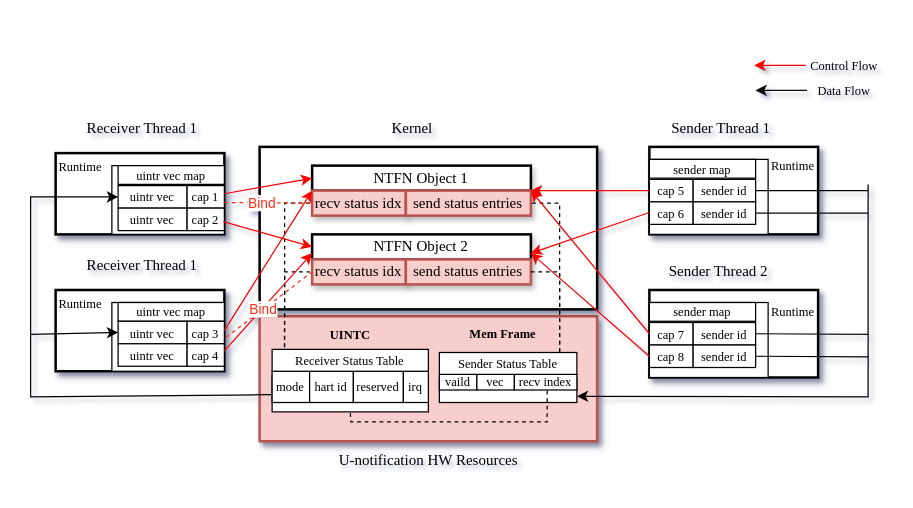
The draw.io diagram images/uintr_for_ntfn.drawio in oscourse-tsinghua/openingreport-ldhai2023, before the edit. Source tidied: cells renumbered, new cells numbered last; positions are measured from the earlier drawing's top-left corner, leaving out a move shared by most shapes. Both pictures are drawn from the tidied source at 125%, with x=0, y=0 at pixel (30, 46).
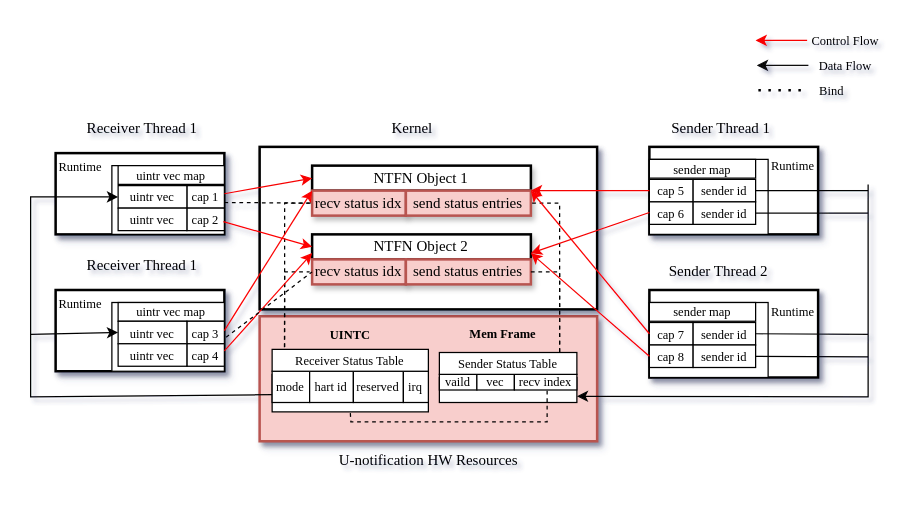
After the change.

Unchanged cells that the change refers to:
```xml
<mxCell id="5" value="&lt;font face=&quot;Times New Roman&quot;&gt;recv status idx&lt;/font&gt;" style="rounded=0;whiteSpace=wrap;html=1;strokeWidth=2;shadow=1;fillColor=#f8cecc;strokeColor=#b85450;" parent="1" vertex="1">
  <mxGeometry x="225.2" y="115" width="75" height="20" as="geometry" />
</mxCell>
<mxCell id="8" value="&lt;font face=&quot;Times New Roman&quot;&gt;recv status idx&lt;/font&gt;" style="rounded=0;whiteSpace=wrap;html=1;strokeWidth=2;shadow=1;fillColor=#f8cecc;strokeColor=#b85450;" parent="1" vertex="1">
  <mxGeometry x="225.2" y="170" width="75" height="20" as="geometry" />
</mxCell>
<mxCell id="35" value="&lt;font style=&quot;font-size: 10px;&quot; face=&quot;Times New Roman&quot;&gt;cap 1&lt;/font&gt;" style="rounded=0;whiteSpace=wrap;html=1;" parent="1" vertex="1">
  <mxGeometry x="125" y="111" width="30" height="18" as="geometry" />
</mxCell>
<mxCell id="46" style="rounded=0;whiteSpace=wrap;html=1;strokeWidth=2;shadow=1;" parent="1" vertex="1">
  <mxGeometry x="20" y="194.5" width="135" height="65" as="geometry" />
</mxCell>
```

What changed in the source:
```diff
@@
-    <mxCell id="77" style="endArrow=none;dashed=1;html=1;rounded=0;exitX=1;exitY=0.75;exitDx=0;exitDy=0;strokeColor=#FF2C14;entryX=0;entryY=0.5;entryDx=0;entryDy=0;" parent="1" edge="1" source="35" target="5">
+    <mxCell id="77" style="endArrow=none;dashed=1;html=1;rounded=0;exitX=1;exitY=0.75;exitDx=0;exitDy=0;strokeColor=#000000;entryX=0;entryY=0.5;entryDx=0;entryDy=0;" parent="1" edge="1" source="35" target="5">
       <mxGeometry relative="1" as="geometry" />
     </mxCell>
-    <mxCell id="78" value="&lt;font color=&quot;#ff2c14&quot;&gt;Bind&lt;/font&gt;" style="edgeLabel;html=1;align=center;verticalAlign=middle;" parent="77" vertex="1">
-      <mxGeometry x="-0.15" relative="1" as="geometry" />
-    </mxCell>
-    <mxCell id="79" style="endArrow=none;dashed=1;html=1;rounded=0;exitX=1.01;exitY=0.583;exitDx=0;exitDy=0;strokeColor=#FF2C14;entryX=0;entryY=0.5;entryDx=0;entryDy=0;exitPerimeter=0;" parent="1" edge="1" source="46" target="8">
+    <mxCell id="79" style="endArrow=none;dashed=1;html=1;rounded=0;exitX=1.01;exitY=0.583;exitDx=0;exitDy=0;strokeColor=light-dark(#000000, #ff7d68);entryX=0;entryY=0.5;entryDx=0;entryDy=0;exitPerimeter=0;" parent="1" edge="1" source="46" target="8">
       <mxGeometry relative="1" as="geometry" />
     </mxCell>
-    <mxCell id="80" value="&lt;font color=&quot;#ff2c14&quot;&gt;Bind&lt;/font&gt;" style="edgeLabel;html=1;align=center;verticalAlign=middle;" parent="79" vertex="1">
-      <mxGeometry x="-0.15" relative="1" as="geometry" />
-    </mxCell>
     <mxCell id="81" style="endArrow=classic;html=1;rounded=0;strokeColor=#f90101;" parent="1" edge="1">
       <mxGeometry relative="1" as="geometry">
-        <mxPoint x="620.1" y="14.8" as="sourcePoint" />
-        <mxPoint x="578.9" y="14.8" as="targetPoint" />
+        <mxPoint x="621.2" y="-5.2" as="sourcePoint" />
+        <mxPoint x="580" y="-5.2" as="targetPoint" />
       </mxGeometry>
     </mxCell>
     <mxCell id="82" style="endArrow=classic;html=1;rounded=0;strokeColor=#080808;" parent="1" edge="1">
       <mxGeometry relative="1" as="geometry">
-        <mxPoint x="621.1" y="34.8" as="sourcePoint" />
-        <mxPoint x="579.9" y="34.8" as="targetPoint" />
+        <mxPoint x="622.2" y="14.8" as="sourcePoint" />
+        <mxPoint x="581" y="14.8" as="targetPoint" />
       </mxGeometry>
     </mxCell>
     <mxCell id="83" value="&lt;font face=&quot;Times New Roman&quot; style=&quot;font-size: 10px;&quot;&gt;Control Flow&lt;/font&gt;" style="text;html=1;align=center;verticalAlign=middle;whiteSpace=wrap;rounded=0;" parent="1" vertex="1">
-      <mxGeometry x="621.1" width="60" height="30" as="geometry" />
+      <mxGeometry x="622.2" y="-20" width="60" height="30" as="geometry" />
     </mxCell>
     <mxCell id="84" value="&lt;font face=&quot;Times New Roman&quot; style=&quot;font-size: 10px;&quot;&gt;Data Flow&lt;/font&gt;" style="text;html=1;align=center;verticalAlign=middle;whiteSpace=wrap;rounded=0;" parent="1" vertex="1">
-      <mxGeometry x="621.1" y="20" width="60" height="30" as="geometry" />
+      <mxGeometry x="622.2" width="60" height="30" as="geometry" />
     </mxCell>
@@
+    <mxCell id="89" style="endArrow=none;dashed=1;html=1;dashPattern=1 3;strokeWidth=2;rounded=0;" parent="1" edge="1">
+      <mxGeometry relative="1" as="geometry">
+        <mxPoint x="582.2" y="34.7" as="sourcePoint" />
+        <mxPoint x="622.2" y="34.7" as="targetPoint" />
+      </mxGeometry>
+    </mxCell>
+    <mxCell id="90" value="&lt;font face=&quot;Times New Roman&quot; style=&quot;font-size: 10px;&quot;&gt;Bind&lt;/font&gt;" style="text;html=1;align=center;verticalAlign=middle;whiteSpace=wrap;rounded=0;" parent="1" vertex="1">
+      <mxGeometry x="611.1" y="20" width="60" height="30" as="geometry" />
+    </mxCell>
```
